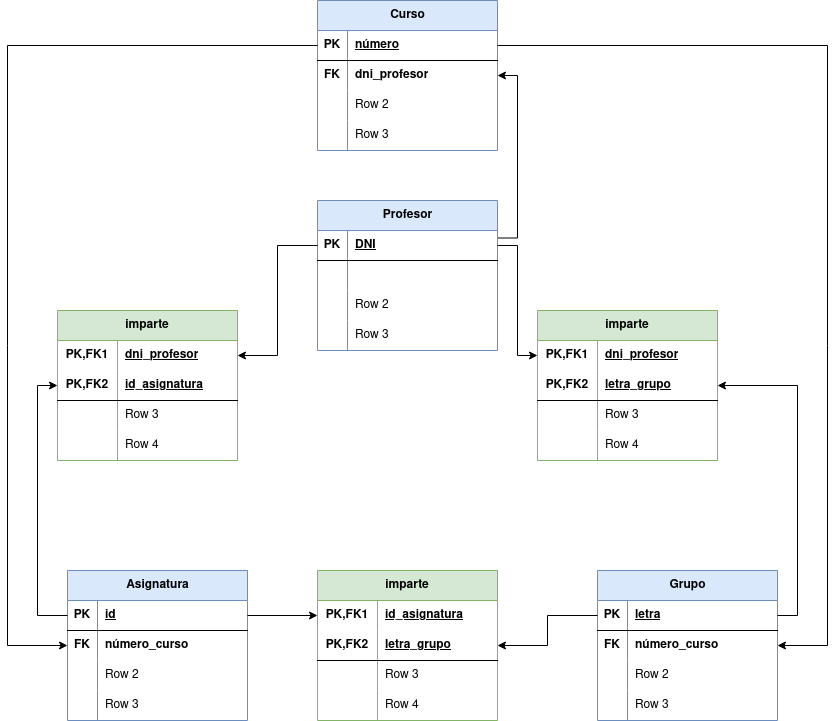
mdiogc/base-datos keeps this draw.io diagram as Unidad-2/Tareas/ Docente (MR-2)/docente.drawio.png. Above is the earlier version. Source tidied: cells renumbered, new cells last; positions are measured from the earlier drawing's top-left corner, leaving out a move shared by most shapes.
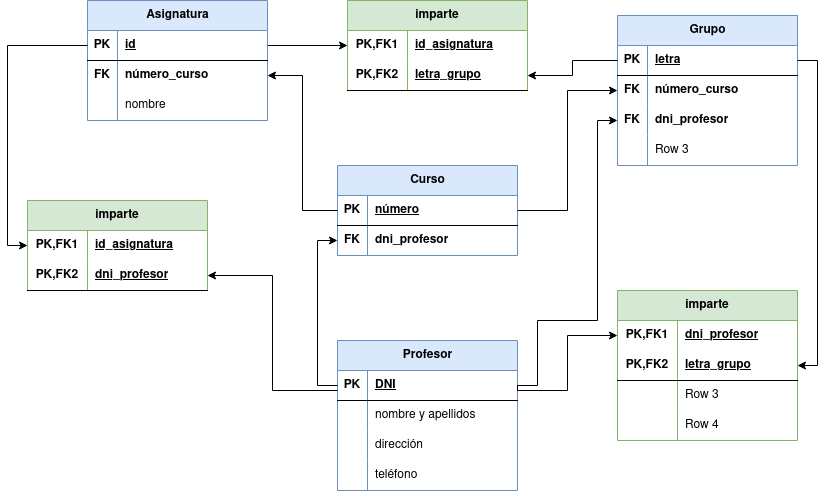
The same diagram one commit later.

The edit, as a diff of the source:
```diff
@@ -4,43 +4,4 @@
     <mxCell id="1" parent="0" />
-    <mxCell id="2" value="Asignatura" style="shape=table;startSize=30;rowLines=0;fontStyle=1;align=center;html=1;fillColor=#dae8fc;strokeColor=#6c8ebf;" parent="1" vertex="1">
-      <mxGeometry x="60" y="570" width="180" height="150" as="geometry" />
-    </mxCell>
-    <mxCell id="3" style="shape=tableRow;horizontal=0;startSize=0;swimlaneHead=0;swimlaneBody=0;fillColor=none;points=[[0,0.5],[1,0.5]];portConstraint=eastwest;top=0;left=0;right=0;bottom=1;" parent="2" vertex="1">
-      <mxGeometry y="30" width="180" height="30" as="geometry" />
-    </mxCell>
-    <mxCell id="4" value="PK" style="shape=partialRectangle;fillColor=none;top=0;left=0;bottom=0;right=0;fontStyle=1;overflow=hidden;whiteSpace=wrap;html=1;" parent="3" vertex="1">
-      <mxGeometry width="30" height="30" as="geometry" />
-    </mxCell>
-    <mxCell id="5" value="id" style="shape=partialRectangle;fillColor=none;top=0;left=0;bottom=0;right=0;align=left;spacingLeft=6;fontStyle=5;overflow=hidden;whiteSpace=wrap;html=1;" parent="3" vertex="1">
-      <mxGeometry x="30" width="150" height="30" as="geometry" />
-    </mxCell>
-    <mxCell id="6" style="shape=tableRow;horizontal=0;startSize=0;swimlaneHead=0;swimlaneBody=0;fillColor=none;points=[[0,0.5],[1,0.5]];portConstraint=eastwest;top=0;left=0;right=0;bottom=0;" parent="2" vertex="1">
-      <mxGeometry y="60" width="180" height="30" as="geometry" />
-    </mxCell>
-    <mxCell id="7" value="&lt;b&gt;FK&lt;/b&gt;" style="shape=partialRectangle;fillColor=none;top=0;left=0;bottom=0;right=0;overflow=hidden;whiteSpace=wrap;html=1;" parent="6" vertex="1">
-      <mxGeometry width="30" height="30" as="geometry" />
-    </mxCell>
-    <mxCell id="8" value="&lt;b&gt;número_curso&lt;/b&gt;" style="shape=partialRectangle;fillColor=none;top=0;left=0;bottom=0;right=0;align=left;spacingLeft=6;overflow=hidden;whiteSpace=wrap;html=1;" parent="6" vertex="1">
-      <mxGeometry x="30" width="150" height="30" as="geometry" />
-    </mxCell>
-    <mxCell id="9" style="shape=tableRow;horizontal=0;startSize=0;swimlaneHead=0;swimlaneBody=0;fillColor=none;top=0;left=0;right=0;bottom=0;" parent="2" vertex="1">
-      <mxGeometry y="90" width="180" height="30" as="geometry" />
-    </mxCell>
-    <mxCell id="10" style="shape=partialRectangle;fillColor=none;top=0;left=0;bottom=0;right=0;overflow=hidden;whiteSpace=wrap;html=1;" parent="9" vertex="1">
-      <mxGeometry width="30" height="30" as="geometry" />
-    </mxCell>
-    <mxCell id="11" value="Row 2" style="shape=partialRectangle;fillColor=none;top=0;left=0;bottom=0;right=0;align=left;spacingLeft=6;overflow=hidden;whiteSpace=wrap;html=1;" parent="9" vertex="1">
-      <mxGeometry x="30" width="150" height="30" as="geometry" />
-    </mxCell>
-    <mxCell id="12" style="shape=tableRow;horizontal=0;startSize=0;swimlaneHead=0;swimlaneBody=0;fillColor=none;top=0;left=0;right=0;bottom=0;" parent="2" vertex="1">
-      <mxGeometry y="120" width="180" height="30" as="geometry" />
-    </mxCell>
-    <mxCell id="13" style="shape=partialRectangle;fillColor=none;top=0;left=0;bottom=0;right=0;overflow=hidden;whiteSpace=wrap;html=1;" parent="12" vertex="1">
-      <mxGeometry width="30" height="30" as="geometry" />
-    </mxCell>
-    <mxCell id="14" value="Row 3" style="shape=partialRectangle;fillColor=none;top=0;left=0;bottom=0;right=0;align=left;spacingLeft=6;overflow=hidden;whiteSpace=wrap;html=1;" parent="12" vertex="1">
-      <mxGeometry x="30" width="150" height="30" as="geometry" />
-    </mxCell>
     <mxCell id="15" value="imparte" style="shape=table;startSize=30;rowLines=0;fontStyle=1;align=center;html=1;whiteSpace=wrap;fillColor=#d5e8d4;strokeColor=#82b366;" parent="1" vertex="1">
-      <mxGeometry x="310" y="570" width="180" height="150" as="geometry" />
+      <mxGeometry x="320" y="480" width="180" height="90" as="geometry" />
     </mxCell>
@@ -64,22 +25,4 @@
     </mxCell>
-    <mxCell id="22" style="shape=tableRow;horizontal=0;startSize=0;swimlaneHead=0;swimlaneBody=0;fillColor=none;top=0;left=0;right=0;bottom=0;html=1;" parent="15" vertex="1">
-      <mxGeometry y="90" width="180" height="30" as="geometry" />
-    </mxCell>
-    <mxCell id="23" style="shape=partialRectangle;fillColor=none;top=0;left=0;bottom=0;right=0;overflow=hidden;html=1;whiteSpace=wrap;" parent="22" vertex="1">
-      <mxGeometry width="60" height="30" as="geometry" />
-    </mxCell>
-    <mxCell id="24" value="Row 3" style="shape=partialRectangle;fillColor=none;top=0;left=0;bottom=0;right=0;align=left;spacingLeft=6;overflow=hidden;html=1;whiteSpace=wrap;" parent="22" vertex="1">
-      <mxGeometry x="60" width="120" height="30" as="geometry" />
-    </mxCell>
-    <mxCell id="25" style="shape=tableRow;horizontal=0;startSize=0;swimlaneHead=0;swimlaneBody=0;fillColor=none;top=0;left=0;right=0;bottom=0;html=1;" parent="15" vertex="1">
-      <mxGeometry y="120" width="180" height="30" as="geometry" />
-    </mxCell>
-    <mxCell id="26" style="shape=partialRectangle;fillColor=none;top=0;left=0;bottom=0;right=0;overflow=hidden;html=1;whiteSpace=wrap;" parent="25" vertex="1">
-      <mxGeometry width="60" height="30" as="geometry" />
-    </mxCell>
-    <mxCell id="27" value="Row 4" style="shape=partialRectangle;fillColor=none;top=0;left=0;bottom=0;right=0;align=left;spacingLeft=6;overflow=hidden;html=1;whiteSpace=wrap;" parent="25" vertex="1">
-      <mxGeometry x="60" width="120" height="30" as="geometry" />
-    </mxCell>
     <mxCell id="28" value="Grupo" style="shape=table;startSize=30;rowLines=0;fontStyle=1;align=center;html=1;fillColor=#dae8fc;strokeColor=#6c8ebf;" parent="1" vertex="1">
-      <mxGeometry x="590" y="570" width="180" height="150" as="geometry" />
+      <mxGeometry x="590" y="495" width="180" height="150" as="geometry" />
     </mxCell>
@@ -106,6 +49,6 @@
     </mxCell>
-    <mxCell id="36" style="shape=partialRectangle;fillColor=none;top=0;left=0;bottom=0;right=0;overflow=hidden;whiteSpace=wrap;html=1;" parent="35" vertex="1">
+    <mxCell id="36" value="&lt;b&gt;FK&lt;/b&gt;" style="shape=partialRectangle;fillColor=none;top=0;left=0;bottom=0;right=0;overflow=hidden;whiteSpace=wrap;html=1;" parent="35" vertex="1">
       <mxGeometry width="30" height="30" as="geometry" />
     </mxCell>
-    <mxCell id="37" value="Row 2" style="shape=partialRectangle;fillColor=none;top=0;left=0;bottom=0;right=0;align=left;spacingLeft=6;overflow=hidden;whiteSpace=wrap;html=1;" parent="35" vertex="1">
+    <mxCell id="37" value="&lt;b&gt;dni_profesor&lt;/b&gt;" style="shape=partialRectangle;fillColor=none;top=0;left=0;bottom=0;right=0;align=left;spacingLeft=6;overflow=hidden;whiteSpace=wrap;html=1;" parent="35" vertex="1">
       <mxGeometry x="30" width="150" height="30" as="geometry" />
@@ -122,3 +65,3 @@
     <mxCell id="41" value="Curso" style="shape=table;startSize=30;rowLines=0;fontStyle=1;align=center;html=1;fillColor=#dae8fc;strokeColor=#6c8ebf;" parent="1" vertex="1">
-      <mxGeometry x="310" width="180" height="150" as="geometry" />
+      <mxGeometry x="310" y="645" width="180" height="90" as="geometry" />
     </mxCell>
@@ -142,20 +85,2 @@
     </mxCell>
-    <mxCell id="48" style="shape=tableRow;horizontal=0;startSize=0;swimlaneHead=0;swimlaneBody=0;fillColor=none;top=0;left=0;right=0;bottom=0;" parent="41" vertex="1">
-      <mxGeometry y="90" width="180" height="30" as="geometry" />
-    </mxCell>
-    <mxCell id="49" style="shape=partialRectangle;fillColor=none;top=0;left=0;bottom=0;right=0;overflow=hidden;whiteSpace=wrap;html=1;" parent="48" vertex="1">
-      <mxGeometry width="30" height="30" as="geometry" />
-    </mxCell>
-    <mxCell id="50" value="Row 2" style="shape=partialRectangle;fillColor=none;top=0;left=0;bottom=0;right=0;align=left;spacingLeft=6;overflow=hidden;whiteSpace=wrap;html=1;" parent="48" vertex="1">
-      <mxGeometry x="30" width="150" height="30" as="geometry" />
-    </mxCell>
-    <mxCell id="51" style="shape=tableRow;horizontal=0;startSize=0;swimlaneHead=0;swimlaneBody=0;fillColor=none;top=0;left=0;right=0;bottom=0;" parent="41" vertex="1">
-      <mxGeometry y="120" width="180" height="30" as="geometry" />
-    </mxCell>
-    <mxCell id="52" style="shape=partialRectangle;fillColor=none;top=0;left=0;bottom=0;right=0;overflow=hidden;whiteSpace=wrap;html=1;" parent="51" vertex="1">
-      <mxGeometry width="30" height="30" as="geometry" />
-    </mxCell>
-    <mxCell id="53" value="Row 3" style="shape=partialRectangle;fillColor=none;top=0;left=0;bottom=0;right=0;align=left;spacingLeft=6;overflow=hidden;whiteSpace=wrap;html=1;" parent="51" vertex="1">
-      <mxGeometry x="30" width="150" height="30" as="geometry" />
-    </mxCell>
     <mxCell id="54" style="edgeStyle=orthogonalEdgeStyle;rounded=0;jettySize=auto;html=1;exitX=1;exitY=0.5;exitDx=0;exitDy=0;entryX=0;entryY=0.5;entryDx=0;entryDy=0;" parent="1" edge="1" source="3" target="16">
@@ -166,7 +91,4 @@
     </mxCell>
-    <mxCell id="56" style="edgeStyle=orthogonalEdgeStyle;rounded=0;jettySize=auto;html=1;exitX=1;exitY=0.25;exitDx=0;exitDy=0;entryX=1;entryY=0.5;entryDx=0;entryDy=0;" parent="1" edge="1" source="57" target="41">
-      <mxGeometry relative="1" as="geometry" />
-    </mxCell>
     <mxCell id="57" value="Profesor" style="shape=table;startSize=30;rowLines=0;fontStyle=1;align=center;html=1;fillColor=#dae8fc;strokeColor=#6c8ebf;" parent="1" vertex="1">
-      <mxGeometry x="310" y="200" width="180" height="150" as="geometry" />
+      <mxGeometry x="310" y="820" width="180" height="150" as="geometry" />
     </mxCell>
@@ -187,3 +109,3 @@
     </mxCell>
-    <mxCell id="63" style="shape=partialRectangle;fillColor=none;top=0;left=0;bottom=0;right=0;align=left;spacingLeft=6;overflow=hidden;whiteSpace=wrap;html=1;" parent="61" vertex="1">
+    <mxCell id="63" value="nombre y apellidos" style="shape=partialRectangle;fillColor=none;top=0;left=0;bottom=0;right=0;align=left;spacingLeft=6;overflow=hidden;whiteSpace=wrap;html=1;" parent="61" vertex="1">
       <mxGeometry x="30" width="150" height="30" as="geometry" />
@@ -196,3 +118,3 @@
     </mxCell>
-    <mxCell id="66" value="Row 2" style="shape=partialRectangle;fillColor=none;top=0;left=0;bottom=0;right=0;align=left;spacingLeft=6;overflow=hidden;whiteSpace=wrap;html=1;" parent="64" vertex="1">
+    <mxCell id="66" value="dirección" style="shape=partialRectangle;fillColor=none;top=0;left=0;bottom=0;right=0;align=left;spacingLeft=6;overflow=hidden;whiteSpace=wrap;html=1;" parent="64" vertex="1">
       <mxGeometry x="30" width="150" height="30" as="geometry" />
@@ -205,3 +127,3 @@
     </mxCell>
-    <mxCell id="69" value="Row 3" style="shape=partialRectangle;fillColor=none;top=0;left=0;bottom=0;right=0;align=left;spacingLeft=6;overflow=hidden;whiteSpace=wrap;html=1;" parent="67" vertex="1">
+    <mxCell id="69" value="teléfono" style="shape=partialRectangle;fillColor=none;top=0;left=0;bottom=0;right=0;align=left;spacingLeft=6;overflow=hidden;whiteSpace=wrap;html=1;" parent="67" vertex="1">
       <mxGeometry x="30" width="150" height="30" as="geometry" />
@@ -209,3 +131,3 @@
     <mxCell id="70" value="imparte" style="shape=table;startSize=30;rowLines=0;fontStyle=1;align=center;html=1;whiteSpace=wrap;fillColor=#d5e8d4;strokeColor=#82b366;" parent="1" vertex="1">
-      <mxGeometry x="530" y="310" width="180" height="150" as="geometry" />
+      <mxGeometry x="590" y="770" width="180" height="150" as="geometry" />
     </mxCell>
@@ -250,7 +172,4 @@
     </mxCell>
-    <mxCell id="84" style="edgeStyle=orthogonalEdgeStyle;rounded=0;jettySize=auto;html=1;exitX=1;exitY=0.5;exitDx=0;exitDy=0;entryX=0;entryY=0.5;entryDx=0;entryDy=0;" parent="1" edge="1" source="58" target="71">
-      <mxGeometry relative="1" as="geometry" />
-    </mxCell>
     <mxCell id="85" value="imparte" style="shape=table;startSize=30;rowLines=0;fontStyle=1;align=center;html=1;whiteSpace=wrap;fillColor=#d5e8d4;strokeColor=#82b366;" parent="1" vertex="1">
-      <mxGeometry x="50" y="310" width="180" height="150" as="geometry" />
+      <mxGeometry y="680" width="180" height="90" as="geometry" />
     </mxCell>
@@ -262,3 +181,3 @@
     </mxCell>
-    <mxCell id="88" value="dni_profesor" style="shape=partialRectangle;fillColor=none;top=0;left=0;bottom=0;right=0;align=left;spacingLeft=6;fontStyle=5;overflow=hidden;html=1;whiteSpace=wrap;" parent="86" vertex="1">
+    <mxCell id="88" value="id_asignatura" style="shape=partialRectangle;fillColor=none;top=0;left=0;bottom=0;right=0;align=left;spacingLeft=6;fontStyle=5;overflow=hidden;html=1;whiteSpace=wrap;" parent="86" vertex="1">
       <mxGeometry x="60" width="120" height="30" as="geometry" />
@@ -271,44 +190,75 @@
     </mxCell>
-    <mxCell id="91" value="id_asignatura" style="shape=partialRectangle;fillColor=none;top=0;left=0;bottom=0;right=0;align=left;spacingLeft=6;fontStyle=5;overflow=hidden;html=1;whiteSpace=wrap;" parent="89" vertex="1">
+    <mxCell id="91" value="dni_profesor" style="shape=partialRectangle;fillColor=none;top=0;left=0;bottom=0;right=0;align=left;spacingLeft=6;fontStyle=5;overflow=hidden;html=1;whiteSpace=wrap;" parent="89" vertex="1">
       <mxGeometry x="60" width="120" height="30" as="geometry" />
     </mxCell>
-    <mxCell id="92" style="shape=tableRow;horizontal=0;startSize=0;swimlaneHead=0;swimlaneBody=0;fillColor=none;top=0;left=0;right=0;bottom=0;html=1;" parent="85" vertex="1">
-      <mxGeometry y="90" width="180" height="30" as="geometry" />
-    </mxCell>
-    <mxCell id="93" style="shape=partialRectangle;fillColor=none;top=0;left=0;bottom=0;right=0;overflow=hidden;html=1;whiteSpace=wrap;" parent="92" vertex="1">
-      <mxGeometry width="60" height="30" as="geometry" />
-    </mxCell>
-    <mxCell id="94" value="Row 3" style="shape=partialRectangle;fillColor=none;top=0;left=0;bottom=0;right=0;align=left;spacingLeft=6;overflow=hidden;html=1;whiteSpace=wrap;" parent="92" vertex="1">
-      <mxGeometry x="60" width="120" height="30" as="geometry" />
-    </mxCell>
-    <mxCell id="95" style="shape=tableRow;horizontal=0;startSize=0;swimlaneHead=0;swimlaneBody=0;fillColor=none;top=0;left=0;right=0;bottom=0;html=1;" parent="85" vertex="1">
-      <mxGeometry y="120" width="180" height="30" as="geometry" />
-    </mxCell>
-    <mxCell id="96" style="shape=partialRectangle;fillColor=none;top=0;left=0;bottom=0;right=0;overflow=hidden;html=1;whiteSpace=wrap;" parent="95" vertex="1">
-      <mxGeometry width="60" height="30" as="geometry" />
-    </mxCell>
-    <mxCell id="97" value="Row 4" style="shape=partialRectangle;fillColor=none;top=0;left=0;bottom=0;right=0;align=left;spacingLeft=6;overflow=hidden;html=1;whiteSpace=wrap;" parent="95" vertex="1">
-      <mxGeometry x="60" width="120" height="30" as="geometry" />
-    </mxCell>
-    <mxCell id="98" style="edgeStyle=orthogonalEdgeStyle;rounded=0;jettySize=auto;html=1;exitX=0;exitY=0.5;exitDx=0;exitDy=0;entryX=0;entryY=0.5;entryDx=0;entryDy=0;" parent="1" edge="1" source="3" target="89">
-      <mxGeometry relative="1" as="geometry" />
-    </mxCell>
-    <mxCell id="99" style="edgeStyle=orthogonalEdgeStyle;rounded=0;jettySize=auto;html=1;exitX=0;exitY=0.5;exitDx=0;exitDy=0;entryX=1;entryY=0.5;entryDx=0;entryDy=0;" parent="1" edge="1" source="58" target="86">
-      <mxGeometry relative="1" as="geometry" />
-    </mxCell>
-    <mxCell id="100" style="edgeStyle=orthogonalEdgeStyle;rounded=0;jettySize=auto;html=1;exitX=1;exitY=0.5;exitDx=0;exitDy=0;entryX=1;entryY=0.5;entryDx=0;entryDy=0;" parent="1" edge="1" source="42" target="28">
-      <mxGeometry relative="1" as="geometry">
-        <Array as="points">
-          <mxPoint x="820" y="45" />
-          <mxPoint x="820" y="645" />
-        </Array>
-      </mxGeometry>
-    </mxCell>
+    <mxCell id="84" style="edgeStyle=orthogonalEdgeStyle;rounded=0;jettySize=auto;html=1;exitX=1;exitY=0.5;exitDx=0;exitDy=0;entryX=0;entryY=0.5;entryDx=0;entryDy=0;" parent="1" edge="1" source="58" target="71">
+      <mxGeometry relative="1" as="geometry">
+        <Array as="points">
+          <mxPoint x="490" y="870" />
+          <mxPoint x="540" y="870" />
+          <mxPoint x="540" y="815" />
+        </Array>
+      </mxGeometry>
+    </mxCell>
+    <mxCell id="102" style="edgeStyle=orthogonalEdgeStyle;rounded=0;jettySize=auto;html=1;exitX=1;exitY=0.5;exitDx=0;exitDy=0;entryX=0;entryY=0.5;entryDx=0;entryDy=0;" parent="1" edge="1" source="42" target="32">
+      <mxGeometry relative="1" as="geometry" />
+    </mxCell>
+    <mxCell id="103" style="edgeStyle=orthogonalEdgeStyle;rounded=0;jettySize=auto;html=1;exitX=1;exitY=0.5;exitDx=0;exitDy=0;entryX=0;entryY=0.5;entryDx=0;entryDy=0;" parent="1" edge="1" source="58" target="35">
+      <mxGeometry relative="1" as="geometry">
+        <Array as="points">
+          <mxPoint x="510" y="865" />
+          <mxPoint x="510" y="800" />
+          <mxPoint x="570" y="800" />
+          <mxPoint x="570" y="600" />
+        </Array>
+      </mxGeometry>
+    </mxCell>
+    <mxCell id="2" value="Asignatura" style="shape=table;startSize=30;rowLines=0;fontStyle=1;align=center;html=1;fillColor=#dae8fc;strokeColor=#6c8ebf;" parent="1" vertex="1">
+      <mxGeometry x="60" y="480" width="180" height="120" as="geometry" />
+    </mxCell>
+    <mxCell id="3" style="shape=tableRow;horizontal=0;startSize=0;swimlaneHead=0;swimlaneBody=0;fillColor=none;points=[[0,0.5],[1,0.5]];portConstraint=eastwest;top=0;left=0;right=0;bottom=1;" parent="2" vertex="1">
+      <mxGeometry y="30" width="180" height="30" as="geometry" />
+    </mxCell>
+    <mxCell id="4" value="PK" style="shape=partialRectangle;fillColor=none;top=0;left=0;bottom=0;right=0;fontStyle=1;overflow=hidden;whiteSpace=wrap;html=1;" parent="3" vertex="1">
+      <mxGeometry width="30" height="30" as="geometry" />
+    </mxCell>
+    <mxCell id="5" value="id" style="shape=partialRectangle;fillColor=none;top=0;left=0;bottom=0;right=0;align=left;spacingLeft=6;fontStyle=5;overflow=hidden;whiteSpace=wrap;html=1;" parent="3" vertex="1">
+      <mxGeometry x="30" width="150" height="30" as="geometry" />
+    </mxCell>
+    <mxCell id="6" style="shape=tableRow;horizontal=0;startSize=0;swimlaneHead=0;swimlaneBody=0;fillColor=none;points=[[0,0.5],[1,0.5]];portConstraint=eastwest;top=0;left=0;right=0;bottom=0;" parent="2" vertex="1">
+      <mxGeometry y="60" width="180" height="30" as="geometry" />
+    </mxCell>
+    <mxCell id="7" value="&lt;b&gt;FK&lt;/b&gt;" style="shape=partialRectangle;fillColor=none;top=0;left=0;bottom=0;right=0;overflow=hidden;whiteSpace=wrap;html=1;" parent="6" vertex="1">
+      <mxGeometry width="30" height="30" as="geometry" />
+    </mxCell>
+    <mxCell id="8" value="&lt;b&gt;número_curso&lt;/b&gt;" style="shape=partialRectangle;fillColor=none;top=0;left=0;bottom=0;right=0;align=left;spacingLeft=6;overflow=hidden;whiteSpace=wrap;html=1;" parent="6" vertex="1">
+      <mxGeometry x="30" width="150" height="30" as="geometry" />
+    </mxCell>
+    <mxCell id="9" style="shape=tableRow;horizontal=0;startSize=0;swimlaneHead=0;swimlaneBody=0;fillColor=none;top=0;left=0;right=0;bottom=0;" parent="2" vertex="1">
+      <mxGeometry y="90" width="180" height="30" as="geometry" />
+    </mxCell>
+    <mxCell id="10" style="shape=partialRectangle;fillColor=none;top=0;left=0;bottom=0;right=0;overflow=hidden;whiteSpace=wrap;html=1;" parent="9" vertex="1">
+      <mxGeometry width="30" height="30" as="geometry" />
+    </mxCell>
+    <mxCell id="11" value="nombre" style="shape=partialRectangle;fillColor=none;top=0;left=0;bottom=0;right=0;align=left;spacingLeft=6;overflow=hidden;whiteSpace=wrap;html=1;" parent="9" vertex="1">
+      <mxGeometry x="30" width="150" height="30" as="geometry" />
+    </mxCell>
+    <mxCell id="104" style="edgeStyle=orthogonalEdgeStyle;rounded=0;jettySize=auto;html=1;exitX=0;exitY=0.5;exitDx=0;exitDy=0;entryX=0;entryY=0.5;entryDx=0;entryDy=0;" parent="1" edge="1" source="3" target="86">
+      <mxGeometry relative="1" as="geometry" />
+    </mxCell>
+    <mxCell id="105" style="edgeStyle=orthogonalEdgeStyle;rounded=0;jettySize=auto;html=1;" parent="1" edge="1" target="89">
+      <mxGeometry relative="1" as="geometry">
+        <mxPoint x="310" y="870" as="sourcePoint" />
+        <Array as="points">
+          <mxPoint x="310" y="870" />
+          <mxPoint x="245" y="870" />
+          <mxPoint x="245" y="755" />
+        </Array>
+      </mxGeometry>
+    </mxCell>
+    <mxCell id="106" style="edgeStyle=orthogonalEdgeStyle;rounded=0;jettySize=auto;html=1;exitX=0;exitY=0.5;exitDx=0;exitDy=0;entryX=0;entryY=0.5;entryDx=0;entryDy=0;" parent="1" edge="1" source="58" target="45">
+      <mxGeometry relative="1" as="geometry" />
+    </mxCell>
-    <mxCell id="101" style="edgeStyle=orthogonalEdgeStyle;rounded=0;jettySize=auto;html=1;exitX=0;exitY=0.5;exitDx=0;exitDy=0;entryX=0;entryY=0.5;entryDx=0;entryDy=0;" parent="1" edge="1" source="42" target="6">
-      <mxGeometry relative="1" as="geometry">
-        <Array as="points">
-          <mxPoint y="45" />
-          <mxPoint y="645" />
-        </Array>
-      </mxGeometry>
+    <mxCell id="101" style="edgeStyle=orthogonalEdgeStyle;rounded=0;jettySize=auto;html=1;exitX=0;exitY=0.5;exitDx=0;exitDy=0;entryX=1;entryY=0.5;entryDx=0;entryDy=0;" parent="1" edge="1" source="42" target="6">
+      <mxGeometry relative="1" as="geometry" />
     </mxCell>
```
